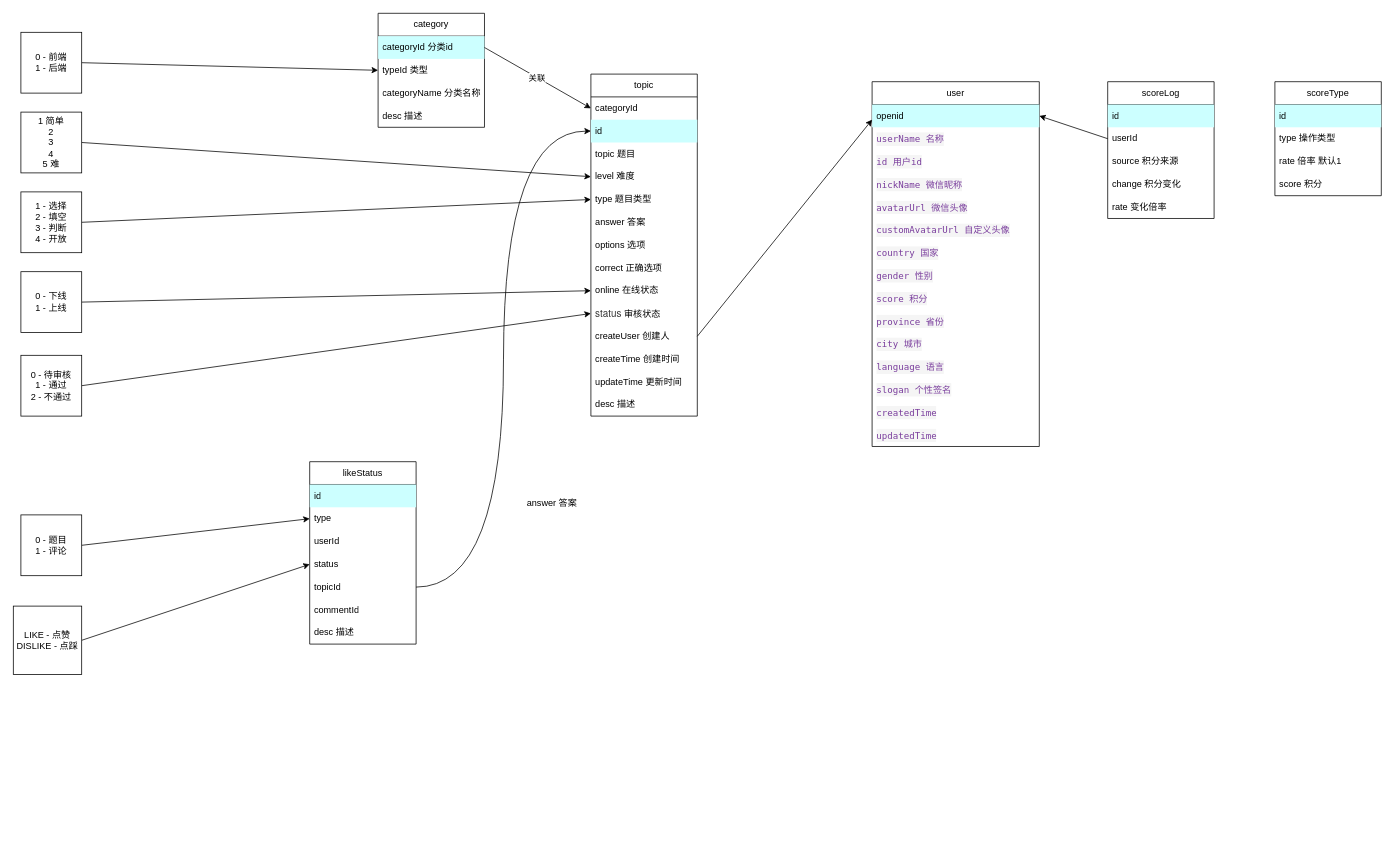
Earlier version of the draw.io diagram dataModel/model.dio (a835100635/face_server). Source tidied: cells renumbered, new cells numbered last; positions are measured from the earlier drawing's top-left corner, leaving out a move shared by most shapes. Both pictures are drawn from the tidied source at 76%, with x=0, y=0 at pixel (13, 13).
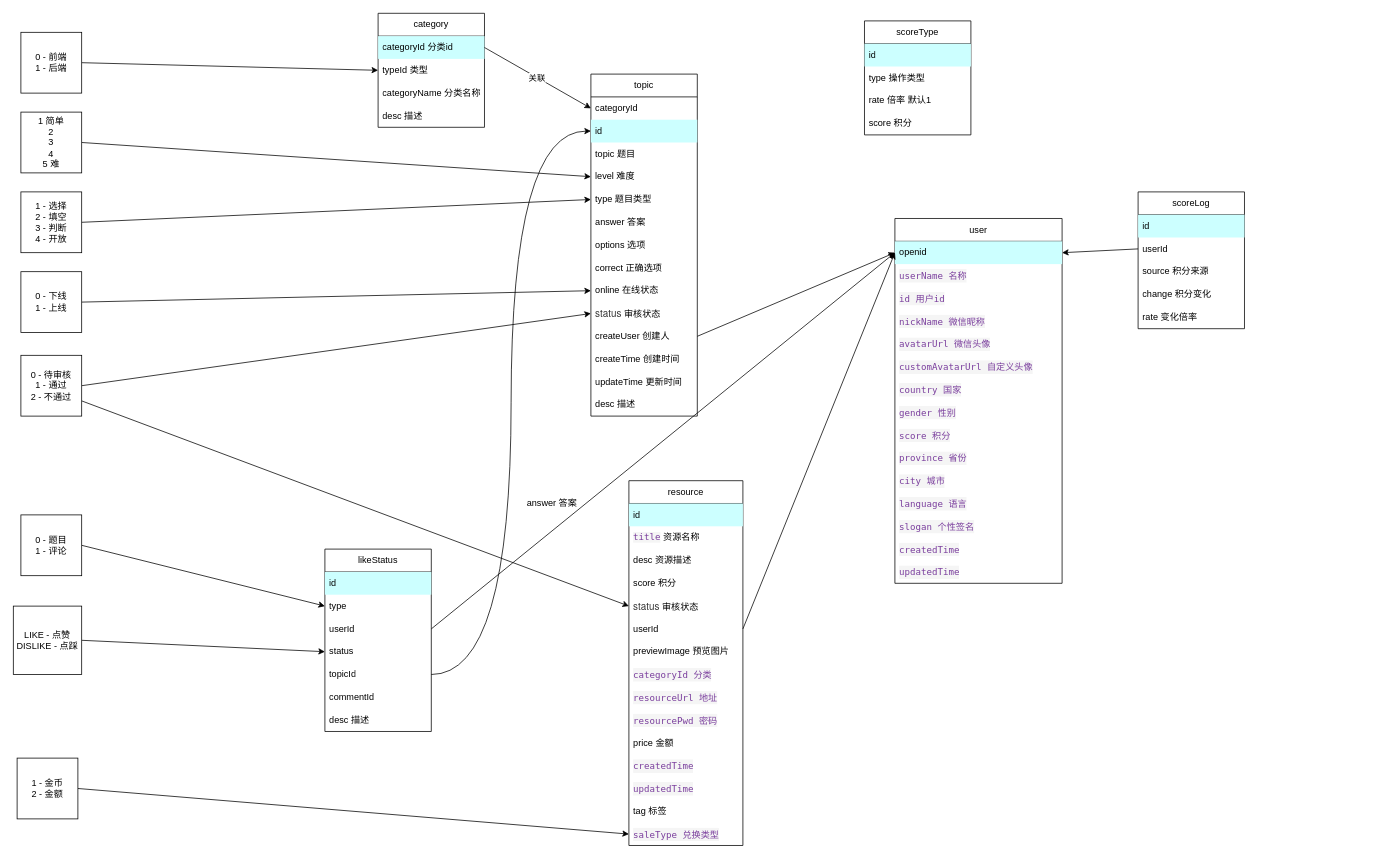
The same page after the edit.

The change refers to these unchanged cells:
```xml
<mxCell id="18" value="createUser 创建人" style="text;strokeColor=none;fillColor=none;align=left;verticalAlign=middle;spacingLeft=4;spacingRight=4;overflow=hidden;points=[[0,0.5],[1,0.5]];portConstraint=eastwest;whiteSpace=wrap;html=1;" parent="7" vertex="1">
  <mxGeometry y="330" width="140" height="30" as="geometry" />
</mxCell>
<mxCell id="34" value="0 - 待审核&lt;br&gt;1 - 通过&lt;br&gt;2 - 不通过" style="whiteSpace=wrap;html=1;" parent="1" vertex="1">
  <mxGeometry x="10" y="450" width="80" height="80" as="geometry" />
</mxCell>
<mxCell id="38" value="userId" style="text;strokeColor=none;fillColor=none;align=left;verticalAlign=middle;spacingLeft=4;spacingRight=4;overflow=hidden;points=[[0,0.5],[1,0.5]];portConstraint=eastwest;whiteSpace=wrap;html=1;" parent="35" vertex="1">
  <mxGeometry y="90" width="140" height="30" as="geometry" />
</mxCell>
<mxCell id="49" value="openid" style="text;strokeColor=none;fillColor=#CCFFFF;align=left;verticalAlign=middle;spacingLeft=4;spacingRight=4;overflow=hidden;points=[[0,0.5],[1,0.5]];portConstraint=eastwest;whiteSpace=wrap;html=1;" parent="48" vertex="1">
  <mxGeometry y="30" width="220" height="30" as="geometry" />
</mxCell>
```

The edit, as a diff of the source:
```diff
@@
+    <mxCell id="77" style="edgeStyle=none;html=1;exitX=1;exitY=0.75;exitDx=0;exitDy=0;entryX=0;entryY=0.5;entryDx=0;entryDy=0;" parent="1" edge="1" source="34" target="83">
+      <mxGeometry relative="1" as="geometry" />
+    </mxCell>
@@
     <mxCell id="35" value="likeStatus" style="swimlane;fontStyle=0;horizontal=1;startSize=30;whiteSpace=wrap;html=1;" parent="1" vertex="1">
-      <mxGeometry x="390" y="590" width="140" height="240" as="geometry" />
+      <mxGeometry x="410" y="705" width="140" height="240" as="geometry" />
     </mxCell>
@@
     <mxCell id="48" value="user" style="swimlane;fontStyle=0;horizontal=1;startSize=30;whiteSpace=wrap;html=1;" parent="1" vertex="1">
-      <mxGeometry x="1130" y="90" width="220" height="480" as="geometry" />
+      <mxGeometry x="1160" y="270" width="220" height="480" as="geometry" />
     </mxCell>
@@
-    <mxCell id="64" style="edgeStyle=none;html=1;exitX=1;exitY=0.5;exitDx=0;exitDy=0;" parent="1" edge="1" source="18">
-      <mxGeometry relative="1" as="geometry">
-        <mxPoint x="1130" y="140" as="targetPoint" />
-      </mxGeometry>
+    <mxCell id="64" style="edgeStyle=none;html=1;exitX=1;exitY=0.5;exitDx=0;exitDy=0;entryX=0;entryY=0.5;entryDx=0;entryDy=0;" parent="1" edge="1" source="18" target="49">
+      <mxGeometry relative="1" as="geometry" />
     </mxCell>
     <mxCell id="65" value="scoreLog" style="swimlane;fontStyle=0;horizontal=1;startSize=30;whiteSpace=wrap;html=1;" parent="1" vertex="1">
-      <mxGeometry x="1440" y="90" width="140" height="180" as="geometry" />
+      <mxGeometry x="1480" y="235" width="140" height="180" as="geometry" />
     </mxCell>
@@
     <mxCell id="72" value="scoreType" style="swimlane;fontStyle=0;horizontal=1;startSize=30;whiteSpace=wrap;html=1;" parent="1" vertex="1">
-      <mxGeometry x="1660" y="90" width="140" height="150" as="geometry" />
+      <mxGeometry x="1120" y="10" width="140" height="150" as="geometry" />
     </mxCell>
@@
+    <mxCell id="78" value="resource" style="swimlane;fontStyle=0;horizontal=1;startSize=30;whiteSpace=wrap;html=1;" parent="1" vertex="1">
+      <mxGeometry x="810" y="615" width="150" height="480" as="geometry" />
+    </mxCell>
+    <mxCell id="79" value="id" style="text;strokeColor=none;fillColor=#CCFFFF;align=left;verticalAlign=middle;spacingLeft=4;spacingRight=4;overflow=hidden;whiteSpace=wrap;html=1;" parent="78" vertex="1">
+      <mxGeometry y="30" width="150" height="30" as="geometry" />
+    </mxCell>
+    <mxCell id="80" value="&lt;span style=&quot;color: rgb(122, 62, 157); background-color: rgb(245, 245, 245); font-family: &amp;quot;JetBrains Mono&amp;quot;, Menlo, Monaco, &amp;quot;Courier New&amp;quot;, monospace, Menlo, Monaco, &amp;quot;Courier New&amp;quot;, monospace;&quot;&gt;title&lt;/span&gt;&amp;nbsp;资源名称" style="text;strokeColor=none;fillColor=none;align=left;verticalAlign=middle;spacingLeft=4;spacingRight=4;overflow=hidden;whiteSpace=wrap;html=1;" parent="78" vertex="1">
+      <mxGeometry y="60" width="150" height="30" as="geometry" />
+    </mxCell>
+    <mxCell id="81" value="desc 资源描述" style="text;strokeColor=none;fillColor=none;align=left;verticalAlign=middle;spacingLeft=4;spacingRight=4;overflow=hidden;whiteSpace=wrap;html=1;" parent="78" vertex="1">
+      <mxGeometry y="90" width="150" height="30" as="geometry" />
+    </mxCell>
+    <mxCell id="82" value="score 积分" style="text;strokeColor=none;fillColor=none;align=left;verticalAlign=middle;spacingLeft=4;spacingRight=4;overflow=hidden;whiteSpace=wrap;html=1;" parent="78" vertex="1">
+      <mxGeometry y="120" width="150" height="30" as="geometry" />
+    </mxCell>
+    <mxCell id="83" value="&lt;span style=&quot;border-color: var(--border-color); color: rgb(51, 51, 51); font-family: &amp;quot;Helvetica Neue&amp;quot;, Helvetica, Arial, &amp;quot;Hiragino Sans GB&amp;quot;, &amp;quot;Hiragino Sans GB W3&amp;quot;, &amp;quot;Microsoft YaHei UI&amp;quot;, &amp;quot;Microsoft YaHei&amp;quot;, sans-serif; font-size: 13px;&quot;&gt;status&lt;/span&gt;&amp;nbsp;审核状态" style="text;strokeColor=none;fillColor=none;align=left;verticalAlign=middle;spacingLeft=4;spacingRight=4;overflow=hidden;points=[[0,0.5],[1,0.5]];portConstraint=eastwest;whiteSpace=wrap;html=1;" parent="78" vertex="1">
+      <mxGeometry y="150" width="150" height="30" as="geometry" />
+    </mxCell>
+    <mxCell id="84" value="userId&amp;nbsp;" style="text;strokeColor=none;fillColor=none;align=left;verticalAlign=middle;spacingLeft=4;spacingRight=4;overflow=hidden;points=[[0,0.5],[1,0.5]];portConstraint=eastwest;whiteSpace=wrap;html=1;" parent="78" vertex="1">
+      <mxGeometry y="180" width="150" height="30" as="geometry" />
+    </mxCell>
+    <mxCell id="85" value="previewImage 预览图片" style="text;strokeColor=none;fillColor=none;align=left;verticalAlign=middle;spacingLeft=4;spacingRight=4;overflow=hidden;whiteSpace=wrap;html=1;" parent="78" vertex="1">
+      <mxGeometry y="210" width="150" height="30" as="geometry" />
+    </mxCell>
+    <mxCell id="86" value="&lt;div style=&quot;color: rgb(51, 51, 51); background-color: rgb(245, 245, 245); font-family: &amp;quot;JetBrains Mono&amp;quot;, Menlo, Monaco, &amp;quot;Courier New&amp;quot;, monospace, Menlo, Monaco, &amp;quot;Courier New&amp;quot;, monospace; line-height: 18px;&quot;&gt;&lt;span style=&quot;color: #7a3e9d;&quot;&gt;categoryId 分类&lt;/span&gt;&lt;/div&gt;" style="text;strokeColor=none;fillColor=none;align=left;verticalAlign=middle;spacingLeft=4;spacingRight=4;overflow=hidden;whiteSpace=wrap;html=1;" parent="78" vertex="1">
+      <mxGeometry y="240" width="150" height="30" as="geometry" />
+    </mxCell>
+    <mxCell id="87" value="&lt;div style=&quot;color: rgb(51, 51, 51); background-color: rgb(245, 245, 245); font-family: &amp;quot;JetBrains Mono&amp;quot;, Menlo, Monaco, &amp;quot;Courier New&amp;quot;, monospace, Menlo, Monaco, &amp;quot;Courier New&amp;quot;, monospace; line-height: 18px;&quot;&gt;&lt;span style=&quot;color: #7a3e9d;&quot;&gt;resourceUrl 地址&lt;/span&gt;&lt;/div&gt;" style="text;strokeColor=none;fillColor=none;align=left;verticalAlign=middle;spacingLeft=4;spacingRight=4;overflow=hidden;whiteSpace=wrap;html=1;" parent="78" vertex="1">
+      <mxGeometry y="270" width="150" height="30" as="geometry" />
+    </mxCell>
+    <mxCell id="88" value="&lt;div style=&quot;color: rgb(51, 51, 51); background-color: rgb(245, 245, 245); font-family: &amp;quot;JetBrains Mono&amp;quot;, Menlo, Monaco, &amp;quot;Courier New&amp;quot;, monospace, Menlo, Monaco, &amp;quot;Courier New&amp;quot;, monospace; line-height: 18px;&quot;&gt;&lt;span style=&quot;color: #7a3e9d;&quot;&gt;resourcePwd 密码&lt;/span&gt;&lt;/div&gt;" style="text;strokeColor=none;fillColor=none;align=left;verticalAlign=middle;spacingLeft=4;spacingRight=4;overflow=hidden;whiteSpace=wrap;html=1;" parent="78" vertex="1">
+      <mxGeometry y="300" width="150" height="30" as="geometry" />
+    </mxCell>
+    <mxCell id="89" value="price 金额" style="text;strokeColor=none;fillColor=none;align=left;verticalAlign=middle;spacingLeft=4;spacingRight=4;overflow=hidden;whiteSpace=wrap;html=1;" parent="78" vertex="1">
+      <mxGeometry y="330" width="150" height="30" as="geometry" />
+    </mxCell>
+    <mxCell id="90" value="&lt;div style=&quot;color: rgb(51, 51, 51); background-color: rgb(245, 245, 245); font-family: &amp;quot;JetBrains Mono&amp;quot;, Menlo, Monaco, &amp;quot;Courier New&amp;quot;, monospace, Menlo, Monaco, &amp;quot;Courier New&amp;quot;, monospace; line-height: 18px;&quot;&gt;&lt;span style=&quot;color: #7a3e9d;&quot;&gt;createdTime&lt;/span&gt;&lt;/div&gt;" style="text;strokeColor=none;fillColor=none;align=left;verticalAlign=middle;spacingLeft=4;spacingRight=4;overflow=hidden;whiteSpace=wrap;html=1;" parent="78" vertex="1">
+      <mxGeometry y="360" width="150" height="30" as="geometry" />
+    </mxCell>
+    <mxCell id="91" value="&lt;div style=&quot;color: rgb(51, 51, 51); background-color: rgb(245, 245, 245); font-family: &amp;quot;JetBrains Mono&amp;quot;, Menlo, Monaco, &amp;quot;Courier New&amp;quot;, monospace, Menlo, Monaco, &amp;quot;Courier New&amp;quot;, monospace; line-height: 18px;&quot;&gt;&lt;span style=&quot;color: #7a3e9d;&quot;&gt;updatedTime&lt;/span&gt;&lt;/div&gt;" style="text;strokeColor=none;fillColor=none;align=left;verticalAlign=middle;spacingLeft=4;spacingRight=4;overflow=hidden;whiteSpace=wrap;html=1;" parent="78" vertex="1">
+      <mxGeometry y="390" width="150" height="30" as="geometry" />
+    </mxCell>
+    <mxCell id="92" value="tag 标签" style="text;strokeColor=none;fillColor=none;align=left;verticalAlign=middle;spacingLeft=4;spacingRight=4;overflow=hidden;whiteSpace=wrap;html=1;" parent="78" vertex="1">
+      <mxGeometry y="420" width="150" height="30" as="geometry" />
+    </mxCell>
+    <mxCell id="93" value="&lt;div style=&quot;color: rgb(51, 51, 51); background-color: rgb(245, 245, 245); font-family: &amp;quot;JetBrains Mono&amp;quot;, Menlo, Monaco, &amp;quot;Courier New&amp;quot;, monospace, Menlo, Monaco, &amp;quot;Courier New&amp;quot;, monospace; line-height: 18px;&quot;&gt;&lt;span style=&quot;color: #7a3e9d;&quot;&gt;saleType 兑换类型&lt;/span&gt;&lt;/div&gt;" style="text;strokeColor=none;fillColor=none;align=left;verticalAlign=middle;spacingLeft=4;spacingRight=4;overflow=hidden;points=[[0,0.5],[1,0.5]];portConstraint=eastwest;whiteSpace=wrap;html=1;" parent="78" vertex="1">
+      <mxGeometry y="450" width="150" height="30" as="geometry" />
+    </mxCell>
+    <mxCell id="94" style="edgeStyle=none;html=1;exitX=1;exitY=0.5;exitDx=0;exitDy=0;entryX=0;entryY=0.5;entryDx=0;entryDy=0;" parent="1" edge="1" source="84" target="49">
+      <mxGeometry relative="1" as="geometry" />
+    </mxCell>
+    <mxCell id="95" style="edgeStyle=none;html=1;exitX=1;exitY=0.5;exitDx=0;exitDy=0;entryX=0;entryY=0.5;entryDx=0;entryDy=0;" parent="1" edge="1" source="38" target="49">
+      <mxGeometry relative="1" as="geometry" />
+    </mxCell>
+    <mxCell id="96" style="edgeStyle=none;html=1;exitX=1;exitY=0.5;exitDx=0;exitDy=0;entryX=0;entryY=0.5;entryDx=0;entryDy=0;" parent="1" edge="1" source="97" target="93">
+      <mxGeometry relative="1" as="geometry" />
+    </mxCell>
+    <mxCell id="97" value="1 - 金币&lt;br&gt;2 - 金额" style="whiteSpace=wrap;html=1;" parent="1" vertex="1">
+      <mxGeometry x="5" y="980" width="80" height="80" as="geometry" />
+    </mxCell>
```
